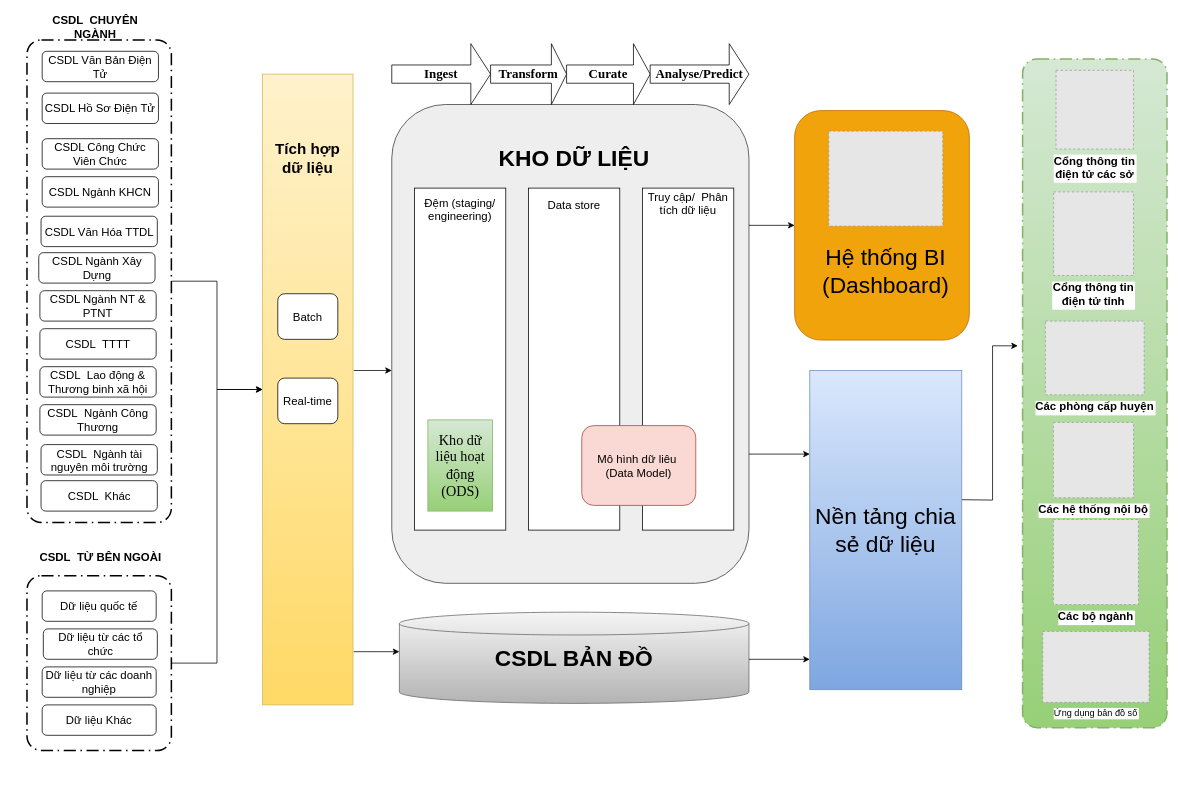
letheanh12345/Draw-io keeps this draw.io diagram as so-do-draw/kho_du_lieu.drawio. Above is the earlier version. Source tidied: cells renumbered, new cells numbered last; positions are measured from the earlier drawing's top-left corner, leaving out a move shared by most shapes. Both pictures are drawn from the tidied source at 76%, with x=0, y=0 at pixel (13, 13). Pictures stored in the file or linked from it are replaced by grey dashed boxes.
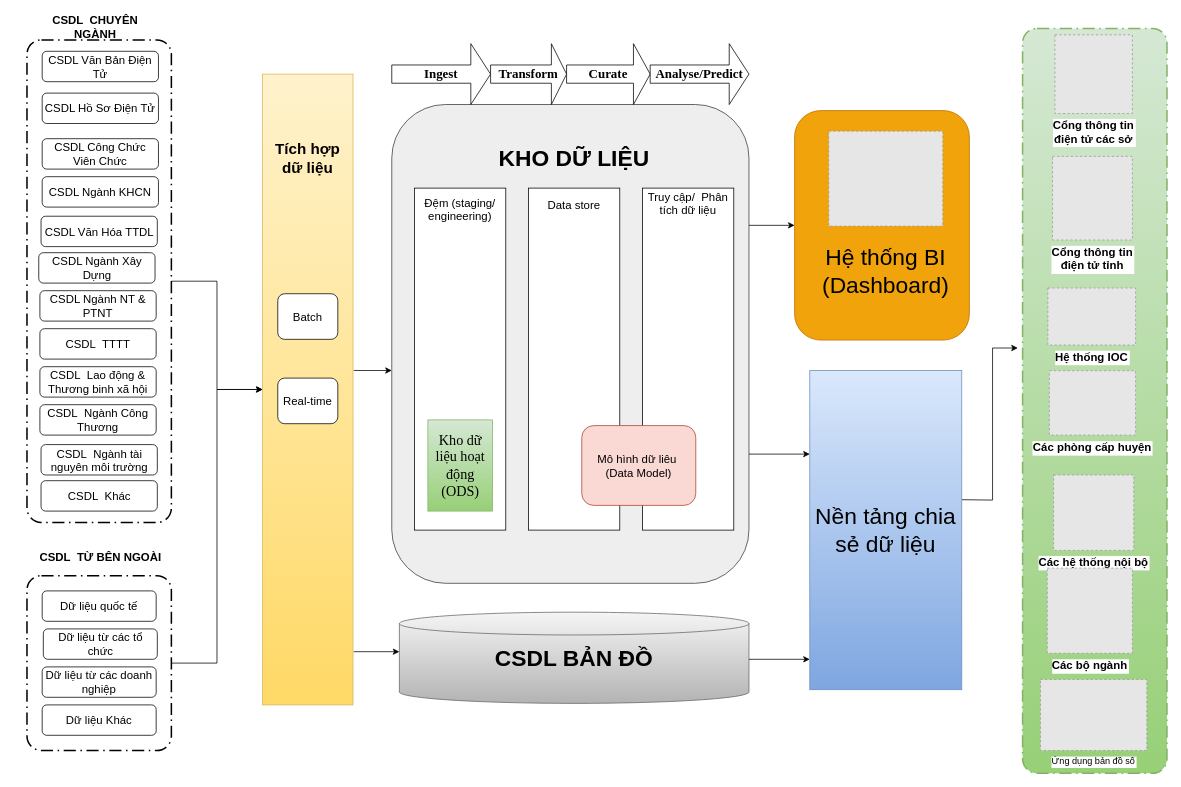
Above is the later version.

Diff of the diagram source:
```diff
@@
     <mxCell id="43" style="points=[[0.25,0,0],[0.5,0,0],[0.75,0,0],[1,0.25,0],[1,0.5,0],[1,0.75,0],[0.75,1,0],[0.5,1,0],[0.25,1,0],[0,0.75,0],[0,0.5,0],[0,0.25,0]];rounded=1;arcSize=10;dashed=1;strokeColor=#82b366;fillColor=#d5e8d4;gradientColor=#97d077;dashPattern=8 3 1 3;strokeWidth=2;fontStyle=1;fontSize=20;" parent="1" vertex="1">
-      <mxGeometry x="1328" y="60" width="190" height="880" as="geometry" />
+      <mxGeometry x="1328" y="20" width="190" height="980" as="geometry" />
     </mxCell>
@@
     <mxCell id="46" value="Cổng thông tin &#10;điện tử các sở" style="fillColor=#E6E6E6;strokeColor=#999999;dashed=1;verticalLabelPosition=bottom;labelBackgroundColor=default;verticalAlign=top;fontStyle=1;fontSize=15;" parent="1" vertex="1">
-      <mxGeometry x="1372" y="75" width="102" height="103.6" as="geometry" />
+      <mxGeometry x="1370.5" y="28.3" width="102" height="103.6" as="geometry" />
     </mxCell>
     <mxCell id="47" value="Cổng thông tin &#10;điện tử tỉnh" style="fillColor=#E6E6E6;strokeColor=#999999;dashed=1;verticalLabelPosition=bottom;labelBackgroundColor=default;verticalAlign=top;fontStyle=1;fontSize=15;" parent="1" vertex="1">
-      <mxGeometry x="1368.9" y="235" width="105.1" height="110" as="geometry" />
+      <mxGeometry x="1367.4" y="188.3" width="105.1" height="110" as="geometry" />
     </mxCell>
     <mxCell id="48" value="Các phòng cấp huyện" style="fillColor=#E6E6E6;strokeColor=#999999;dashed=1;verticalLabelPosition=bottom;labelBackgroundColor=default;verticalAlign=top;fontStyle=1;fontSize=15;" parent="1" vertex="1">
-      <mxGeometry x="1358" y="405" width="130" height="97" as="geometry" />
+      <mxGeometry x="1363.2" y="470.3" width="113.5" height="84.7" as="geometry" />
     </mxCell>
     <mxCell id="49" value="Các hệ thống nội bộ" style="fillColor=#E6E6E6;strokeColor=#999999;dashed=1;verticalLabelPosition=bottom;labelBackgroundColor=default;verticalAlign=top;fontStyle=1;fontSize=15;" parent="1" vertex="1">
-      <mxGeometry x="1368.5" y="538.3" width="105.5" height="99.2" as="geometry" />
+      <mxGeometry x="1368.8" y="607.5" width="105.5" height="99.2" as="geometry" />
     </mxCell>
@@
     <mxCell id="51" value="Các bộ ngành" style="fillColor=#E6E6E6;strokeColor=#999999;dashed=1;verticalLabelPosition=bottom;labelBackgroundColor=default;verticalAlign=top;fontStyle=1;fontSize=15;" parent="1" vertex="1">
-      <mxGeometry x="1368.5" y="666" width="112" height="112" as="geometry" />
+      <mxGeometry x="1360.5" y="730" width="112" height="112" as="geometry" />
     </mxCell>
@@
     <mxCell id="59" value="Ứng dụng bản đồ số" style="fillColor=#E6E6E6;strokeColor=#999999;dashed=1;verticalLabelPosition=bottom;labelBackgroundColor=default;verticalAlign=top;" parent="1" vertex="1">
-      <mxGeometry x="1354.5" y="813.3" width="140" height="93.4" as="geometry" />
+      <mxGeometry x="1351.5" y="876.6" width="140" height="93.4" as="geometry" />
     </mxCell>
@@
+    <mxCell id="61" value="Hệ thống IOC" style="fillColor=#E6E6E6;strokeColor=#999999;dashed=1;verticalLabelPosition=bottom;labelBackgroundColor=default;verticalAlign=top;fontStyle=1;fontSize=15;" parent="1" vertex="1">
+      <mxGeometry x="1361.3" y="361.5" width="115.4" height="75" as="geometry" />
+    </mxCell>
```
